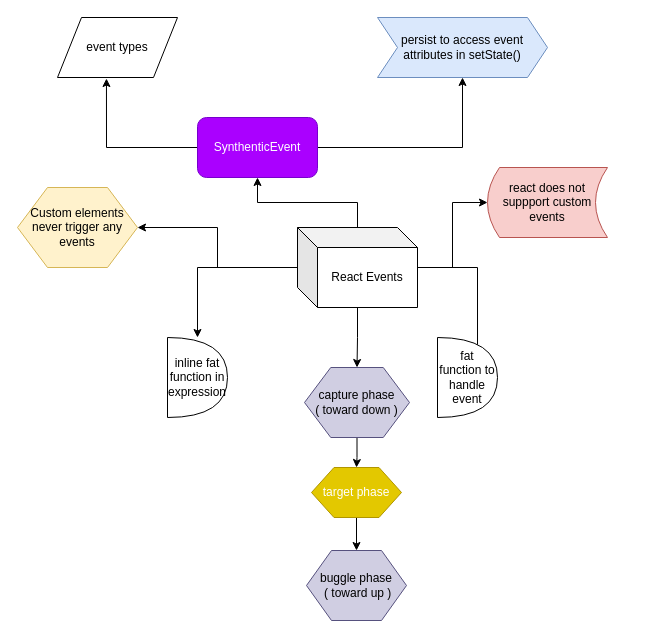
The draw.io diagram My Articles/react/React Events.drawio in anbarasan-raji/books, before the edit. Source tidied: cells renumbered, new cells numbered last; positions are measured from the earlier drawing's top-left corner, leaving out a move shared by most shapes. Both pictures are drawn from the tidied source at 100%, with x=0, y=0 at pixel (17, 17).
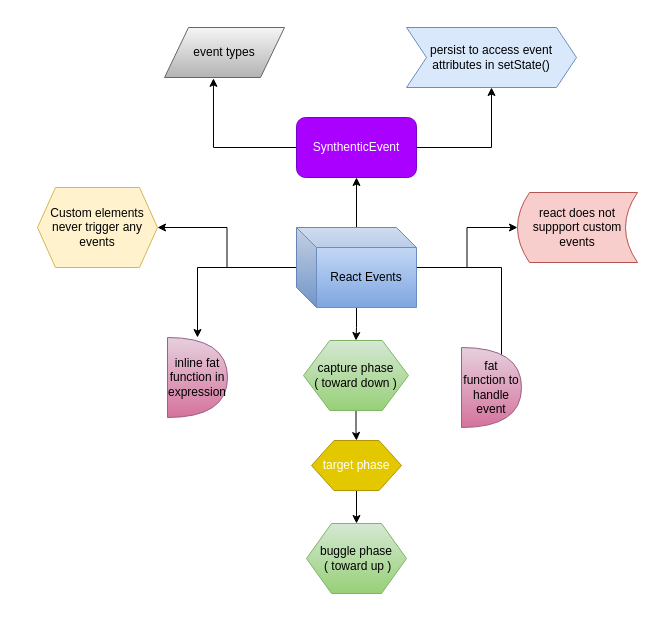
Above is the later version.

What changed in the source:
```diff
@@
-    <mxCell id="8" value="React Events" style="shape=cube;whiteSpace=wrap;html=1;boundedLbl=1;backgroundOutline=1;darkOpacity=0.05;darkOpacity2=0.1;" parent="1" vertex="1">
-      <mxGeometry x="280" y="210" width="120" height="80" as="geometry" />
+    <mxCell id="8" value="React Events" style="shape=cube;whiteSpace=wrap;html=1;boundedLbl=1;backgroundOutline=1;darkOpacity=0.05;darkOpacity2=0.1;gradientColor=#7ea6e0;fillColor=#dae8fc;strokeColor=#6c8ebf;" parent="1" vertex="1">
+      <mxGeometry x="279" y="210" width="120" height="80" as="geometry" />
     </mxCell>
-    <mxCell id="9" style="edgeStyle=orthogonalEdgeStyle;rounded=0;jettySize=auto;html=1;" parent="1" edge="1" source="11" target="12">
+    <mxCell id="9" style="edgeStyle=orthogonalEdgeStyle;rounded=0;jettySize=auto;html=1;exitX=1;exitY=0.5;exitDx=0;exitDy=0;" parent="1" edge="1" source="11" target="12">
       <mxGeometry relative="1" as="geometry" />
     </mxCell>
@@
     <mxCell id="11" value="SynthenticEvent" style="rounded=1;whiteSpace=wrap;html=1;fillColor=#aa00ff;strokeColor=#7700CC;fontColor=#ffffff;" parent="1" vertex="1">
-      <mxGeometry x="180" y="100" width="120" height="60" as="geometry" />
+      <mxGeometry x="279" y="100" width="120" height="60" as="geometry" />
     </mxCell>
     <mxCell id="12" value="persist to access event attributes in setState()" style="shape=step;perimeter=stepPerimeter;whiteSpace=wrap;html=1;fixedSize=1;fillColor=#dae8fc;strokeColor=#6c8ebf;" parent="1" vertex="1">
-      <mxGeometry x="360" width="170" height="60" as="geometry" />
+      <mxGeometry x="389" y="10" width="170" height="60" as="geometry" />
     </mxCell>
-    <mxCell id="13" value="event types" style="shape=parallelogram;perimeter=parallelogramPerimeter;whiteSpace=wrap;html=1;" parent="1" vertex="1">
-      <mxGeometry x="40" width="120" height="60" as="geometry" />
+    <mxCell id="13" value="event types" style="shape=parallelogram;perimeter=parallelogramPerimeter;whiteSpace=wrap;html=1;gradientColor=#b3b3b3;fillColor=#f5f5f5;strokeColor=#666666;" parent="1" vertex="1">
+      <mxGeometry x="147" y="10" width="120" height="50" as="geometry" />
     </mxCell>
     <mxCell id="14" value="react does not suppport custom events" style="shape=dataStorage;whiteSpace=wrap;html=1;fillColor=#f8cecc;strokeColor=#b85450;" parent="1" vertex="1">
-      <mxGeometry x="470" y="150" width="120" height="70" as="geometry" />
+      <mxGeometry x="500" y="175" width="120" height="70" as="geometry" />
     </mxCell>
-    <mxCell id="15" value="inline fat function in expression" style="shape=or;whiteSpace=wrap;html=1;" parent="1" vertex="1">
+    <mxCell id="15" value="inline fat function in expression" style="shape=or;whiteSpace=wrap;html=1;gradientColor=#d5739d;fillColor=#e6d0de;strokeColor=#996185;" parent="1" vertex="1">
       <mxGeometry x="150" y="320" width="60" height="80" as="geometry" />
     </mxCell>
-    <mxCell id="16" value="fat function to handle event" style="shape=or;whiteSpace=wrap;html=1;" parent="1" vertex="1">
-      <mxGeometry x="420" y="320" width="60" height="80" as="geometry" />
+    <mxCell id="16" value="fat function to handle event" style="shape=or;whiteSpace=wrap;html=1;gradientColor=#d5739d;fillColor=#e6d0de;strokeColor=#996185;" parent="1" vertex="1">
+      <mxGeometry x="444" y="330" width="60" height="80" as="geometry" />
     </mxCell>
-    <mxCell id="17" value="buggle phase&lt;br&gt;&amp;nbsp;( toward up )" style="shape=hexagon;perimeter=hexagonPerimeter2;whiteSpace=wrap;html=1;fillColor=#d0cee2;strokeColor=#56517e;" parent="1" vertex="1">
-      <mxGeometry x="289" y="533" width="100" height="70" as="geometry" />
+    <mxCell id="17" value="buggle phase&lt;br&gt;&amp;nbsp;( toward up )" style="shape=hexagon;perimeter=hexagonPerimeter2;whiteSpace=wrap;html=1;fillColor=#d5e8d4;strokeColor=#82b366;gradientColor=#97d077;" parent="1" vertex="1">
+      <mxGeometry x="289" y="506" width="100" height="70" as="geometry" />
     </mxCell>
@@
     <mxCell id="19" value="target phase" style="shape=hexagon;perimeter=hexagonPerimeter2;whiteSpace=wrap;html=1;fillColor=#e3c800;strokeColor=#B09500;fontColor=#ffffff;" parent="1" vertex="1">
-      <mxGeometry x="294" y="450" width="90" height="50" as="geometry" />
+      <mxGeometry x="294" y="423" width="90" height="50" as="geometry" />
     </mxCell>
-    <mxCell id="20" value="Custom elements never trigger any events" style="shape=hexagon;perimeter=hexagonPerimeter2;whiteSpace=wrap;html=1;fillColor=#fff2cc;strokeColor=#d6b656;" parent="1" vertex="1">
-      <mxGeometry y="170" width="120" height="80" as="geometry" />
+    <mxCell id="20" value="Custom elements never trigger any events" style="shape=hexagon;perimeter=hexagonPerimeter2;whiteSpace=wrap;html=1;fillColor=#fff2cc;strokeColor=#d6b656;size=0.15;" parent="1" vertex="1">
+      <mxGeometry x="20" y="170" width="120" height="80" as="geometry" />
     </mxCell>
@@
-    <mxCell id="22" value="capture phase&lt;br&gt;( toward down )" style="shape=hexagon;perimeter=hexagonPerimeter2;whiteSpace=wrap;html=1;fillColor=#d0cee2;strokeColor=#56517e;" parent="1" vertex="1">
-      <mxGeometry x="287" y="350" width="105" height="70" as="geometry" />
+    <mxCell id="22" value="capture phase&lt;br&gt;( toward down )" style="shape=hexagon;perimeter=hexagonPerimeter2;whiteSpace=wrap;html=1;fillColor=#d5e8d4;strokeColor=#82b366;gradientColor=#97d077;" parent="1" vertex="1">
+      <mxGeometry x="286" y="323" width="105" height="70" as="geometry" />
     </mxCell>
```
